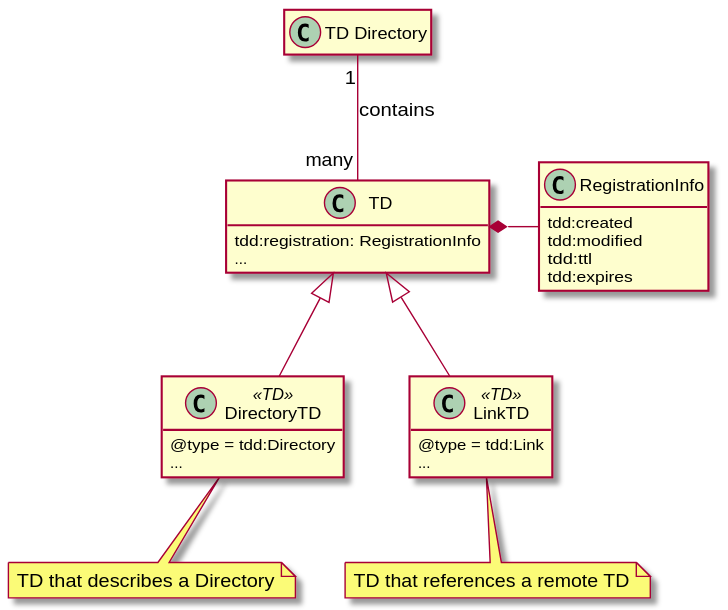
Before: images/tdd-class-diagram.svg, a diagram exported from PlantUML (w3c/wot-discovery).
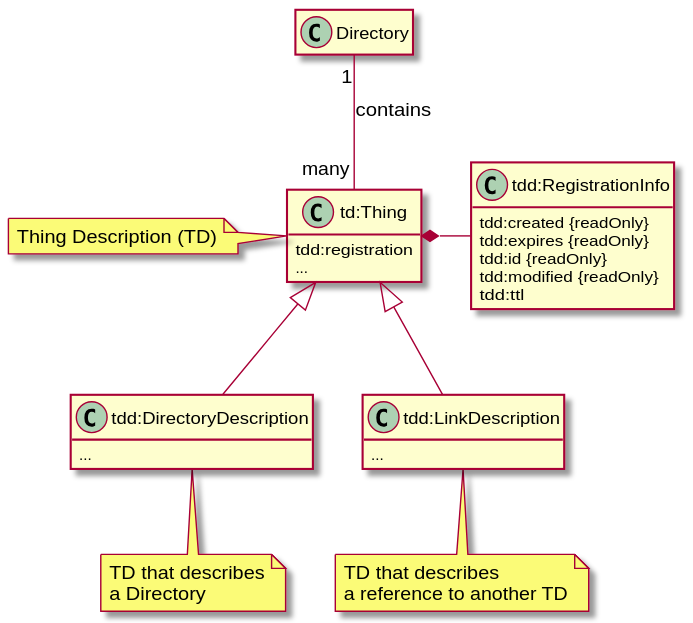
After the change.

Commit message:
change class names

Diff of the diagram source:
```diff
@@ -1,43 +1,40 @@
 @startuml TDD Conceptual Class Diagram
-class TDD as "TD Directory"
+class TDD as "Directory"
+class TD as "td:Thing"
+class DD as "tdd:DirectoryDescription"
+class LD as "tdd:LinkDescription"
+class RI as "tdd:RegistrationInfo"
 
 TDD "1" -- "many" TD: contains
-TD *-right- RegistrationInfo
-TD <|-- DirectoryTD
-TD <|-- LinkTD
+TD *-right- RI
+TD <|-- DD
+TD <|-- LD
 
 class TDD {
-    create(TD): ID
-    list(page, page size)
-    search(query)
-    subscribe(event type, TD ID)
+
 }
 class TD {
-    tdd:registration: RegistrationInfo
+    tdd:registration
     ...
-    create(ID, TD)
-    read(ID): TD
-    update(ID, TD)
-    delete(ID)
 }
-class RegistrationInfo {
-    tdd:created
-    tdd:modified
+note left: Thing Description (TD)
+class RI {
+    tdd:created {readOnly}
+    tdd:expires {readOnly}
+    tdd:id {readOnly}
+    tdd:modified {readOnly}
     tdd:ttl
-    tdd:expires
 }
 together {
-    class DirectoryTD <<TD>> {
-        @type = tdd:Directory
+    class DD {
         ...
     }
-    note bottom: TD that describes a Directory
+    note bottom: TD that describes\na Directory
 
-    class LinkTD <<TD>> {
-        @type = tdd:Link
+    class LD {
         ...
     }
-    note bottom: TD that references a remote TD
+    note bottom: TD that describes\na reference to another TD
 }
 
 hide TDD members
```
